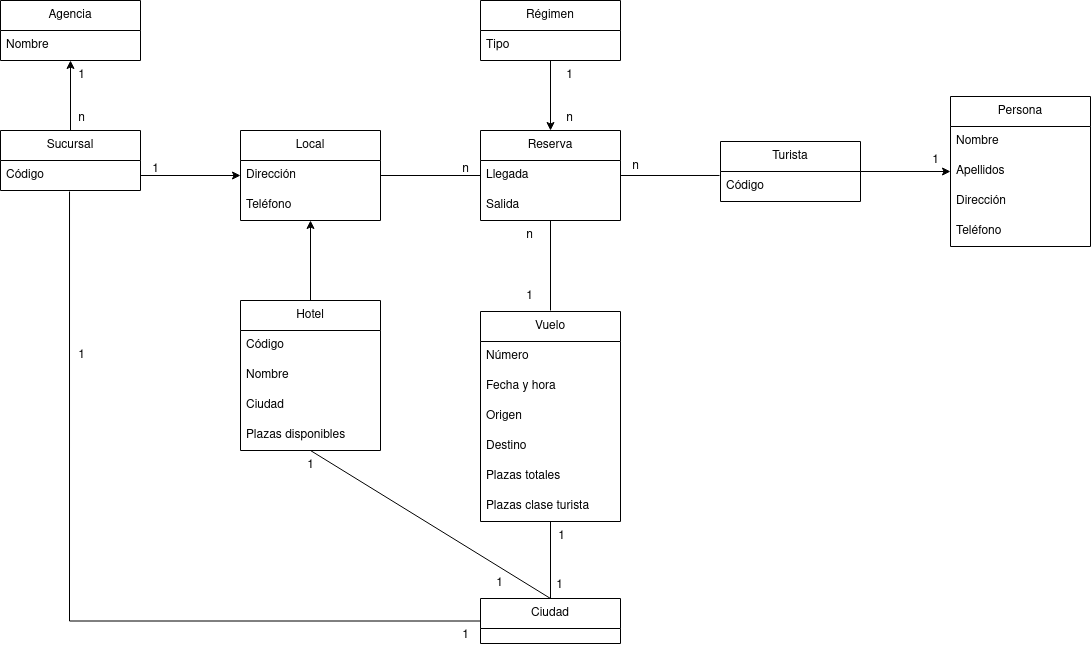
Earlier version of the draw.io export Tema 5. Diagramas de clase/Tarea 2. Agencia viajes/img/AgenciaViajes.drawio.png (colidom/ets). Source tidied: cells renumbered, new cells last; positions are measured from the earlier drawing's top-left corner, leaving out a move shared by most shapes.
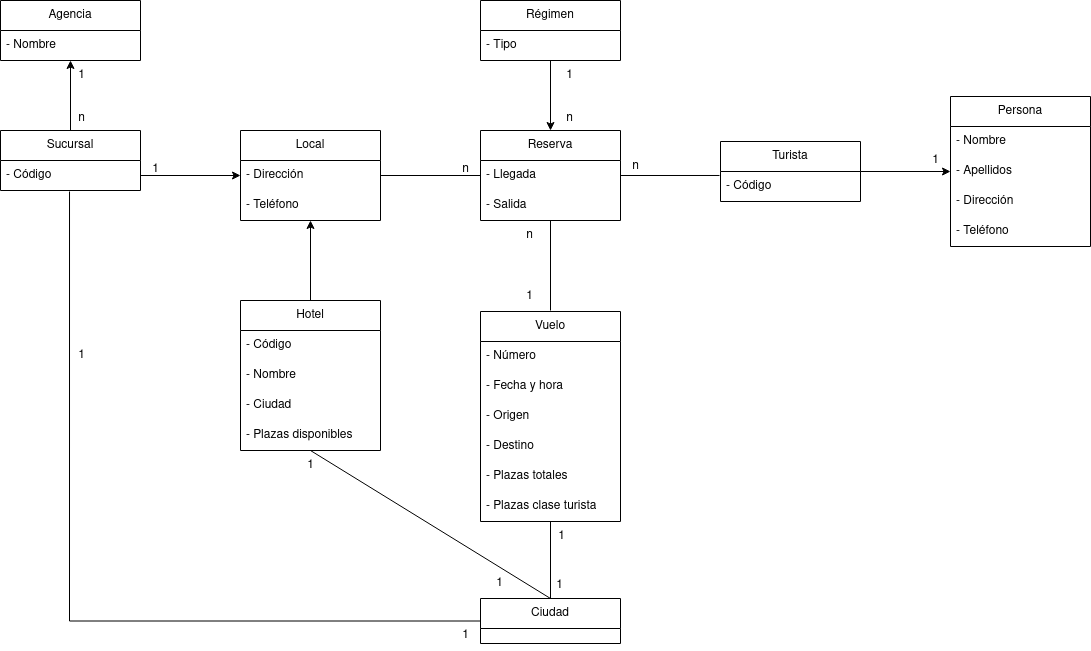
The same diagram one commit later.

Diff of the diagram source:
```diff
@@ -8,28 +8,28 @@
     <mxCell id="3" value="&lt;div&gt;Sucursal&lt;/div&gt;" style="swimlane;fontStyle=0;horizontal=1;startSize=30;whiteSpace=wrap;html=1;" parent="1" vertex="1">
       <mxGeometry y="130" width="140" height="60" as="geometry" />
     </mxCell>
-    <mxCell id="4" value="Código" style="text;strokeColor=none;fillColor=none;align=left;verticalAlign=middle;spacingLeft=4;spacingRight=4;overflow=hidden;points=[[0,0.5],[1,0.5]];portConstraint=eastwest;whiteSpace=wrap;html=1;" parent="3" vertex="1">
+    <mxCell id="4" value="- Código" style="text;strokeColor=none;fillColor=none;align=left;verticalAlign=middle;spacingLeft=4;spacingRight=4;overflow=hidden;points=[[0,0.5],[1,0.5]];portConstraint=eastwest;whiteSpace=wrap;html=1;" parent="3" vertex="1">
       <mxGeometry y="30" width="140" height="30" as="geometry" />
     </mxCell>
     <mxCell id="5" value="&lt;div&gt;Persona&lt;/div&gt;" style="swimlane;fontStyle=0;horizontal=1;startSize=30;whiteSpace=wrap;html=1;" parent="1" vertex="1">
       <mxGeometry x="950" y="96" width="140" height="150" as="geometry" />
     </mxCell>
-    <mxCell id="6" value="Nombre" style="text;strokeColor=none;fillColor=none;align=left;verticalAlign=middle;spacingLeft=4;spacingRight=4;overflow=hidden;whiteSpace=wrap;html=1;" parent="5" vertex="1">
+    <mxCell id="6" value="- Nombre" style="text;strokeColor=none;fillColor=none;align=left;verticalAlign=middle;spacingLeft=4;spacingRight=4;overflow=hidden;whiteSpace=wrap;html=1;" parent="5" vertex="1">
       <mxGeometry y="30" width="140" height="30" as="geometry" />
     </mxCell>
-    <mxCell id="7" value="Apellidos" style="text;strokeColor=none;fillColor=none;align=left;verticalAlign=middle;spacingLeft=4;spacingRight=4;overflow=hidden;points=[[0,0.5],[1,0.5]];portConstraint=eastwest;whiteSpace=wrap;html=1;" parent="5" vertex="1">
+    <mxCell id="7" value="- Apellidos" style="text;strokeColor=none;fillColor=none;align=left;verticalAlign=middle;spacingLeft=4;spacingRight=4;overflow=hidden;points=[[0,0.5],[1,0.5]];portConstraint=eastwest;whiteSpace=wrap;html=1;" parent="5" vertex="1">
       <mxGeometry y="60" width="140" height="30" as="geometry" />
     </mxCell>
-    <mxCell id="8" value="Dirección" style="text;strokeColor=none;fillColor=none;align=left;verticalAlign=middle;spacingLeft=4;spacingRight=4;overflow=hidden;whiteSpace=wrap;html=1;" parent="5" vertex="1">
+    <mxCell id="8" value="- Dirección" style="text;strokeColor=none;fillColor=none;align=left;verticalAlign=middle;spacingLeft=4;spacingRight=4;overflow=hidden;whiteSpace=wrap;html=1;" parent="5" vertex="1">
       <mxGeometry y="90" width="140" height="30" as="geometry" />
     </mxCell>
-    <mxCell id="9" value="Teléfono" style="text;strokeColor=none;fillColor=none;align=left;verticalAlign=middle;spacingLeft=4;spacingRight=4;overflow=hidden;whiteSpace=wrap;html=1;" parent="5" vertex="1">
+    <mxCell id="9" value="- Teléfono" style="text;strokeColor=none;fillColor=none;align=left;verticalAlign=middle;spacingLeft=4;spacingRight=4;overflow=hidden;whiteSpace=wrap;html=1;" parent="5" vertex="1">
       <mxGeometry y="120" width="140" height="30" as="geometry" />
     </mxCell>
     <mxCell id="10" value="Turista" style="swimlane;fontStyle=0;horizontal=1;startSize=30;whiteSpace=wrap;html=1;" parent="1" vertex="1">
       <mxGeometry x="720" y="141" width="140" height="60" as="geometry" />
     </mxCell>
-    <mxCell id="11" value="Código" style="text;strokeColor=none;fillColor=none;align=left;verticalAlign=middle;spacingLeft=4;spacingRight=4;overflow=hidden;points=[[0,0.5],[1,0.5]];portConstraint=eastwest;whiteSpace=wrap;html=1;" parent="10" vertex="1">
+    <mxCell id="11" value="- Código" style="text;strokeColor=none;fillColor=none;align=left;verticalAlign=middle;spacingLeft=4;spacingRight=4;overflow=hidden;points=[[0,0.5],[1,0.5]];portConstraint=eastwest;whiteSpace=wrap;html=1;" parent="10" vertex="1">
       <mxGeometry y="30" width="140" height="30" as="geometry" />
     </mxCell>
     <mxCell id="12" style="edgeStyle=orthogonalEdgeStyle;rounded=0;jettySize=auto;html=1;entryX=1;entryY=0.5;entryDx=0;entryDy=0;endArrow=none;endFill=0;startArrow=classic;startFill=1;" parent="1" edge="1" source="7" target="10">
@@ -38,10 +38,10 @@
     <mxCell id="13" value="Local" style="swimlane;fontStyle=0;horizontal=1;startSize=30;whiteSpace=wrap;html=1;" parent="1" vertex="1">
       <mxGeometry x="240" y="130" width="140" height="90" as="geometry" />
     </mxCell>
-    <mxCell id="14" value="Dirección" style="text;strokeColor=none;fillColor=none;align=left;verticalAlign=middle;spacingLeft=4;spacingRight=4;overflow=hidden;points=[[0,0.5],[1,0.5]];portConstraint=eastwest;whiteSpace=wrap;html=1;" parent="13" vertex="1">
+    <mxCell id="14" value="- Dirección" style="text;strokeColor=none;fillColor=none;align=left;verticalAlign=middle;spacingLeft=4;spacingRight=4;overflow=hidden;points=[[0,0.5],[1,0.5]];portConstraint=eastwest;whiteSpace=wrap;html=1;" parent="13" vertex="1">
       <mxGeometry y="30" width="140" height="30" as="geometry" />
     </mxCell>
-    <mxCell id="15" value="Teléfono" style="text;strokeColor=none;fillColor=none;align=left;verticalAlign=middle;spacingLeft=4;spacingRight=4;overflow=hidden;whiteSpace=wrap;html=1;" parent="13" vertex="1">
+    <mxCell id="15" value="- Teléfono" style="text;strokeColor=none;fillColor=none;align=left;verticalAlign=middle;spacingLeft=4;spacingRight=4;overflow=hidden;whiteSpace=wrap;html=1;" parent="13" vertex="1">
       <mxGeometry y="60" width="140" height="30" as="geometry" />
     </mxCell>
     <mxCell id="16" style="edgeStyle=orthogonalEdgeStyle;rounded=0;jettySize=auto;html=1;endArrow=none;endFill=0;" parent="1" edge="1" source="14">
@@ -58,22 +58,22 @@
     <mxCell id="19" value="Agencia" style="swimlane;fontStyle=0;horizontal=1;startSize=30;whiteSpace=wrap;html=1;" parent="1" vertex="1">
       <mxGeometry width="140" height="60" as="geometry" />
     </mxCell>
-    <mxCell id="20" value="Nombre" style="text;strokeColor=none;fillColor=none;align=left;verticalAlign=middle;spacingLeft=4;spacingRight=4;overflow=hidden;whiteSpace=wrap;html=1;" parent="19" vertex="1">
+    <mxCell id="20" value="- Nombre" style="text;strokeColor=none;fillColor=none;align=left;verticalAlign=middle;spacingLeft=4;spacingRight=4;overflow=hidden;whiteSpace=wrap;html=1;" parent="19" vertex="1">
       <mxGeometry y="30" width="140" height="30" as="geometry" />
     </mxCell>
     <mxCell id="21" value="Hotel" style="swimlane;fontStyle=0;horizontal=1;startSize=30;whiteSpace=wrap;html=1;" parent="1" vertex="1">
       <mxGeometry x="240" y="300" width="140" height="150" as="geometry" />
     </mxCell>
-    <mxCell id="22" value="Código" style="text;strokeColor=none;fillColor=none;align=left;verticalAlign=middle;spacingLeft=4;spacingRight=4;overflow=hidden;whiteSpace=wrap;html=1;" parent="21" vertex="1">
+    <mxCell id="22" value="- Código" style="text;strokeColor=none;fillColor=none;align=left;verticalAlign=middle;spacingLeft=4;spacingRight=4;overflow=hidden;whiteSpace=wrap;html=1;" parent="21" vertex="1">
       <mxGeometry y="30" width="140" height="30" as="geometry" />
     </mxCell>
-    <mxCell id="23" value="Nombre" style="text;strokeColor=none;fillColor=none;align=left;verticalAlign=middle;spacingLeft=4;spacingRight=4;overflow=hidden;whiteSpace=wrap;html=1;" parent="21" vertex="1">
+    <mxCell id="23" value="- Nombre" style="text;strokeColor=none;fillColor=none;align=left;verticalAlign=middle;spacingLeft=4;spacingRight=4;overflow=hidden;whiteSpace=wrap;html=1;" parent="21" vertex="1">
       <mxGeometry y="60" width="140" height="30" as="geometry" />
     </mxCell>
-    <mxCell id="24" value="Ciudad" style="text;strokeColor=none;fillColor=none;align=left;verticalAlign=middle;spacingLeft=4;spacingRight=4;overflow=hidden;whiteSpace=wrap;html=1;" parent="21" vertex="1">
+    <mxCell id="24" value="- Ciudad" style="text;strokeColor=none;fillColor=none;align=left;verticalAlign=middle;spacingLeft=4;spacingRight=4;overflow=hidden;whiteSpace=wrap;html=1;" parent="21" vertex="1">
       <mxGeometry y="90" width="140" height="30" as="geometry" />
     </mxCell>
-    <mxCell id="25" value="Plazas disponibles" style="text;strokeColor=none;fillColor=none;align=left;verticalAlign=middle;spacingLeft=4;spacingRight=4;overflow=hidden;whiteSpace=wrap;html=1;" parent="21" vertex="1">
+    <mxCell id="25" value="- Plazas disponibles" style="text;strokeColor=none;fillColor=none;align=left;verticalAlign=middle;spacingLeft=4;spacingRight=4;overflow=hidden;whiteSpace=wrap;html=1;" parent="21" vertex="1">
       <mxGeometry y="120" width="140" height="30" as="geometry" />
     </mxCell>
     <mxCell id="26" style="edgeStyle=orthogonalEdgeStyle;rounded=0;jettySize=auto;html=1;endArrow=none;endFill=0;" parent="1" edge="1" source="28">
@@ -87,10 +87,10 @@
     <mxCell id="28" value="Reserva" style="swimlane;fontStyle=0;horizontal=1;startSize=30;whiteSpace=wrap;html=1;" parent="1" vertex="1">
       <mxGeometry x="480" y="130" width="140" height="90" as="geometry" />
     </mxCell>
-    <mxCell id="29" value="Llegada&lt;span style=&quot;white-space: pre;&quot;&gt;&#9;&lt;/span&gt;" style="text;strokeColor=none;fillColor=none;align=left;verticalAlign=middle;spacingLeft=4;spacingRight=4;overflow=hidden;points=[[0,0.5],[1,0.5]];portConstraint=eastwest;whiteSpace=wrap;html=1;" parent="28" vertex="1">
+    <mxCell id="29" value="- Llegada&lt;span style=&quot;white-space: pre;&quot;&gt;&#9;&lt;/span&gt;" style="text;strokeColor=none;fillColor=none;align=left;verticalAlign=middle;spacingLeft=4;spacingRight=4;overflow=hidden;points=[[0,0.5],[1,0.5]];portConstraint=eastwest;whiteSpace=wrap;html=1;" parent="28" vertex="1">
       <mxGeometry y="30" width="140" height="30" as="geometry" />
     </mxCell>
-    <mxCell id="30" value="Salida" style="text;strokeColor=none;fillColor=none;align=left;verticalAlign=middle;spacingLeft=4;spacingRight=4;overflow=hidden;whiteSpace=wrap;html=1;" parent="28" vertex="1">
+    <mxCell id="30" value="- Salida" style="text;strokeColor=none;fillColor=none;align=left;verticalAlign=middle;spacingLeft=4;spacingRight=4;overflow=hidden;whiteSpace=wrap;html=1;" parent="28" vertex="1">
       <mxGeometry y="60" width="140" height="30" as="geometry" />
     </mxCell>
     <mxCell id="31" style="edgeStyle=orthogonalEdgeStyle;rounded=0;jettySize=auto;html=1;entryX=1;entryY=0.5;entryDx=0;entryDy=0;endArrow=none;endFill=0;startArrow=none;startFill=0;exitX=-0.007;exitY=0.133;exitDx=0;exitDy=0;exitPerimeter=0;" parent="1" edge="1" source="11" target="29">
@@ -102,22 +102,22 @@
     <mxCell id="33" value="Vuelo" style="swimlane;fontStyle=0;horizontal=1;startSize=30;whiteSpace=wrap;html=1;" parent="1" vertex="1">
       <mxGeometry x="480" y="311" width="140" height="210" as="geometry" />
     </mxCell>
-    <mxCell id="34" value="Número" style="text;strokeColor=none;fillColor=none;align=left;verticalAlign=middle;spacingLeft=4;spacingRight=4;overflow=hidden;whiteSpace=wrap;html=1;" parent="33" vertex="1">
+    <mxCell id="34" value="- Número" style="text;strokeColor=none;fillColor=none;align=left;verticalAlign=middle;spacingLeft=4;spacingRight=4;overflow=hidden;whiteSpace=wrap;html=1;" parent="33" vertex="1">
       <mxGeometry y="30" width="140" height="30" as="geometry" />
     </mxCell>
-    <mxCell id="35" value="Fecha y hora" style="text;strokeColor=none;fillColor=none;align=left;verticalAlign=middle;spacingLeft=4;spacingRight=4;overflow=hidden;whiteSpace=wrap;html=1;" parent="33" vertex="1">
+    <mxCell id="35" value="- Fecha y hora" style="text;strokeColor=none;fillColor=none;align=left;verticalAlign=middle;spacingLeft=4;spacingRight=4;overflow=hidden;whiteSpace=wrap;html=1;" parent="33" vertex="1">
       <mxGeometry y="60" width="140" height="30" as="geometry" />
     </mxCell>
-    <mxCell id="36" value="Origen" style="text;strokeColor=none;fillColor=none;align=left;verticalAlign=middle;spacingLeft=4;spacingRight=4;overflow=hidden;whiteSpace=wrap;html=1;" parent="33" vertex="1">
+    <mxCell id="36" value="- Origen" style="text;strokeColor=none;fillColor=none;align=left;verticalAlign=middle;spacingLeft=4;spacingRight=4;overflow=hidden;whiteSpace=wrap;html=1;" parent="33" vertex="1">
       <mxGeometry y="90" width="140" height="30" as="geometry" />
     </mxCell>
-    <mxCell id="37" value="Destino" style="text;strokeColor=none;fillColor=none;align=left;verticalAlign=middle;spacingLeft=4;spacingRight=4;overflow=hidden;whiteSpace=wrap;html=1;" parent="33" vertex="1">
+    <mxCell id="37" value="- Destino" style="text;strokeColor=none;fillColor=none;align=left;verticalAlign=middle;spacingLeft=4;spacingRight=4;overflow=hidden;whiteSpace=wrap;html=1;" parent="33" vertex="1">
       <mxGeometry y="120" width="140" height="30" as="geometry" />
     </mxCell>
-    <mxCell id="38" value="Plazas totales" style="text;strokeColor=none;fillColor=none;align=left;verticalAlign=middle;spacingLeft=4;spacingRight=4;overflow=hidden;whiteSpace=wrap;html=1;" parent="33" vertex="1">
+    <mxCell id="38" value="- Plazas totales" style="text;strokeColor=none;fillColor=none;align=left;verticalAlign=middle;spacingLeft=4;spacingRight=4;overflow=hidden;whiteSpace=wrap;html=1;" parent="33" vertex="1">
       <mxGeometry y="150" width="140" height="30" as="geometry" />
     </mxCell>
-    <mxCell id="39" value="Plazas clase turista" style="text;strokeColor=none;fillColor=none;align=left;verticalAlign=middle;spacingLeft=4;spacingRight=4;overflow=hidden;whiteSpace=wrap;html=1;" parent="33" vertex="1">
+    <mxCell id="39" value="- Plazas clase turista" style="text;strokeColor=none;fillColor=none;align=left;verticalAlign=middle;spacingLeft=4;spacingRight=4;overflow=hidden;whiteSpace=wrap;html=1;" parent="33" vertex="1">
       <mxGeometry y="180" width="140" height="30" as="geometry" />
     </mxCell>
     <mxCell id="40" style="rounded=0;jettySize=auto;html=1;startArrow=none;startFill=0;endArrow=none;endFill=0;exitX=0.5;exitY=0;exitDx=0;exitDy=0;" parent="1" edge="1" source="41">
@@ -170,7 +170,7 @@
     <mxCell id="55" value="Régimen" style="swimlane;fontStyle=0;horizontal=1;startSize=30;whiteSpace=wrap;html=1;" parent="1" vertex="1">
       <mxGeometry x="480" width="140" height="60" as="geometry" />
     </mxCell>
-    <mxCell id="56" value="Tipo" style="text;strokeColor=none;fillColor=none;align=left;verticalAlign=middle;spacingLeft=4;spacingRight=4;overflow=hidden;whiteSpace=wrap;html=1;" parent="55" vertex="1">
+    <mxCell id="56" value="- Tipo" style="text;strokeColor=none;fillColor=none;align=left;verticalAlign=middle;spacingLeft=4;spacingRight=4;overflow=hidden;whiteSpace=wrap;html=1;" parent="55" vertex="1">
       <mxGeometry y="30" width="140" height="30" as="geometry" />
     </mxCell>
     <mxCell id="57" value="n" style="text;html=1;align=center;verticalAlign=middle;strokeColor=none;fillColor=none;" parent="1" vertex="1">
```
